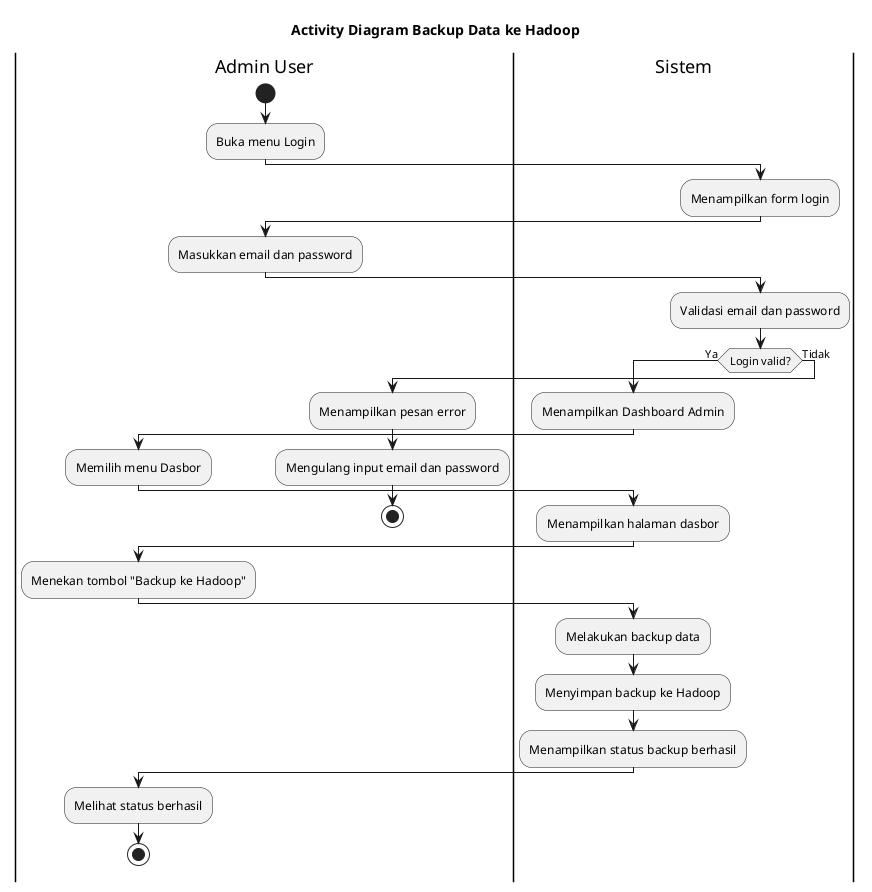
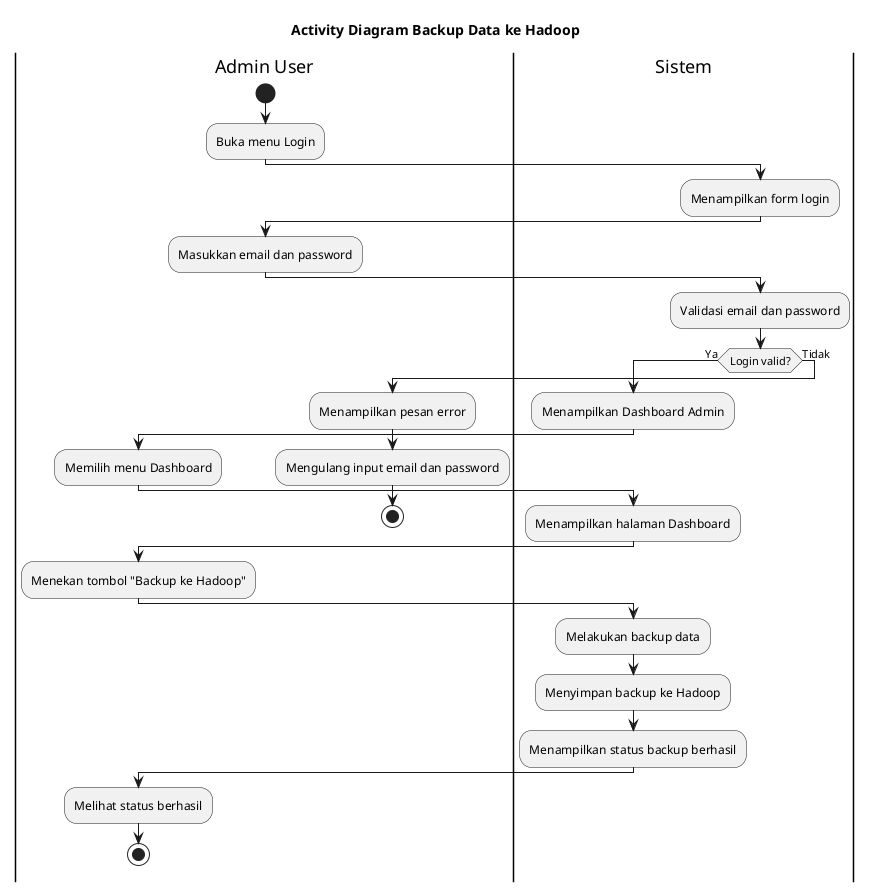
@startuml
title Activity Diagram Backup Data ke Hadoop

|Admin User|
start
:Buka menu Login;

|Sistem|
:Menampilkan form login;

|Admin User|
:Masukkan email dan password;

|Sistem|
:Validasi email dan password;

if (Login valid?) then (Ya)
  :Menampilkan Dashboard Admin;

  |Admin User|
-   :Memilih menu Dasbor;
+   :Memilih menu Dashboard;

  |Sistem|
-   :Menampilkan halaman dasbor;
+   :Menampilkan halaman Dashboard;

  |Admin User|
  :Menekan tombol "Backup ke Hadoop";

  |Sistem|
  :Melakukan backup data;
  :Menyimpan backup ke Hadoop;
  :Menampilkan status backup berhasil;

  |Admin User|
  :Melihat status berhasil;
  stop

else (Tidak)
  :Menampilkan pesan error;

  |Admin User|
  :Mengulang input email dan password;
  stop
endif

@enduml